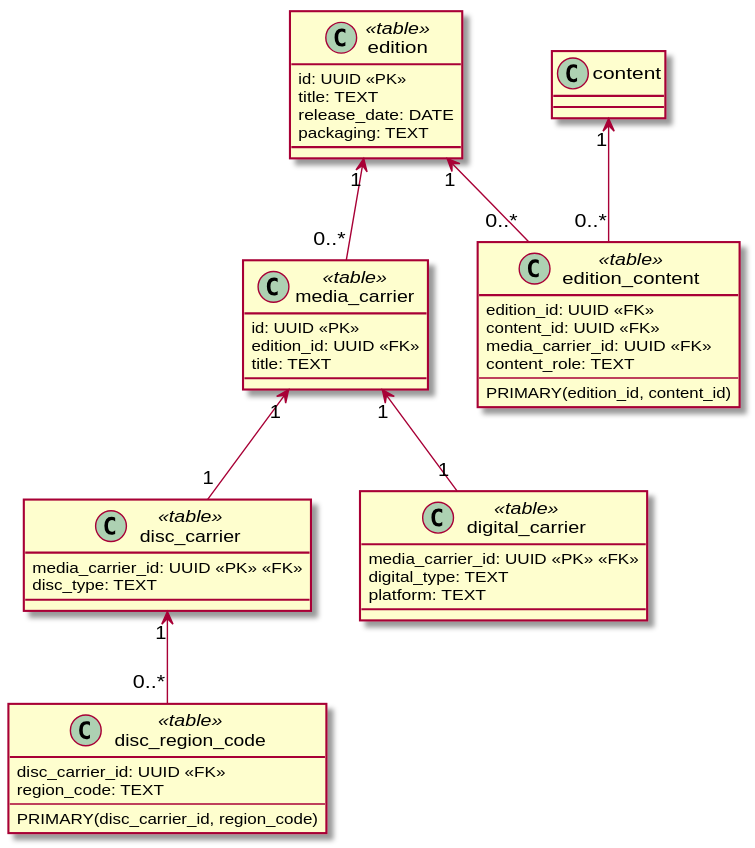
Before: docs/diagrams/data/edition.data.svg, a diagram exported from PlantUML (yantue/colleq).
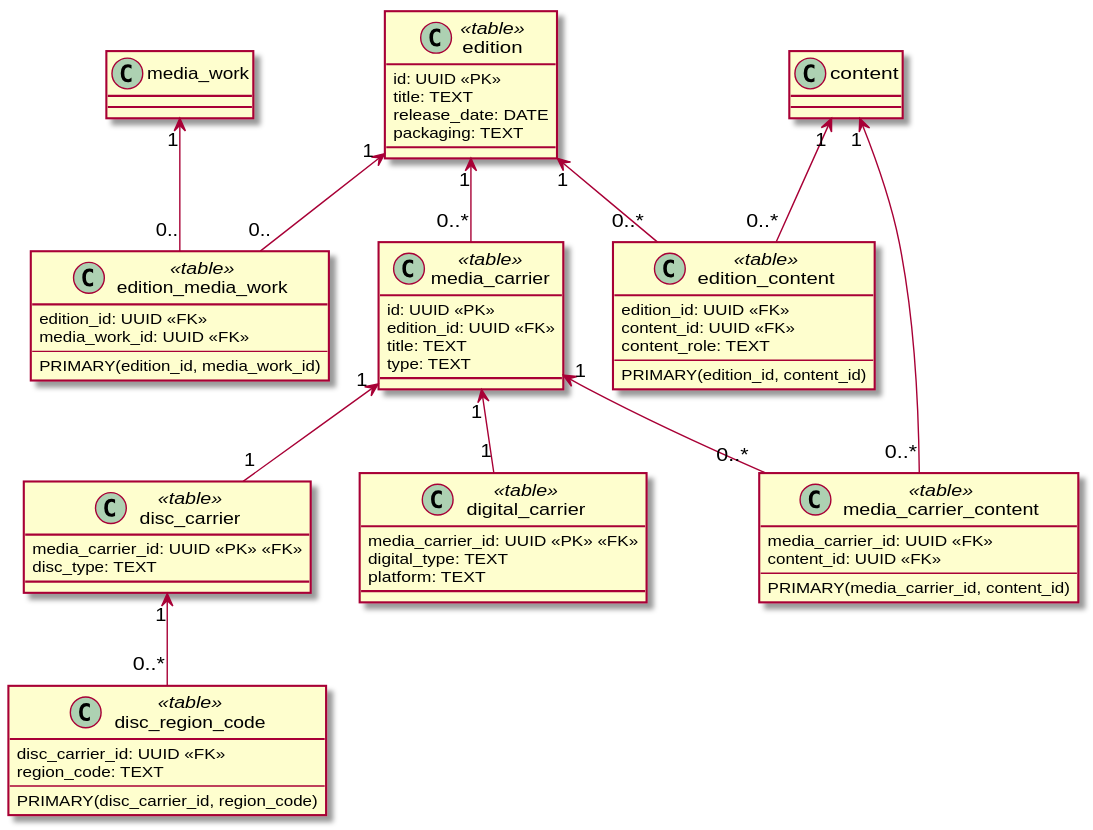
Above is the later version.

Diff of the diagram source:
```diff
@@ -8,10 +8,30 @@
     packaging: TEXT
 }
 
+class edition_media_work <<table>> {
+    edition_id: UUID <<FK>>
+    media_work_id: UUID <<FK>>
+    --
+    PRIMARY(edition_id, media_work_id)
+}
+
+edition "1" <-- "0.." edition_media_work
+
+class edition_content <<table>> {
+    edition_id: UUID <<FK>>
+    content_id: UUID <<FK>>
+    content_role: TEXT
+    --
+    PRIMARY(edition_id, content_id)
+}
+
+edition "1" <-- "0..*" edition_content
+
 class media_carrier <<table>> {
     id: UUID <<PK>>
     edition_id: UUID <<FK>>
     title: TEXT
+    type: TEXT
 }
 
 edition "1" <-- "0..*" media_carrier
@@ -40,17 +60,17 @@
 
 media_carrier "1" <-- "1" digital_carrier
 
-class edition_content <<table>> {
-    edition_id: UUID <<FK>>
+class media_carrier_content <<table>> {
+    media_carrier_id: UUID <<FK>>
     content_id: UUID <<FK>>
-    media_carrier_id: UUID <<FK>>
-    content_role: TEXT
     --
-    PRIMARY(edition_id, content_id)
+    PRIMARY(media_carrier_id, content_id)
 }
 
-edition "1" <-- "0..*" edition_content
+media_carrier "1" <-- "0..*" media_carrier_content
 
+media_work "1" <-- "0.." edition_media_work
 content "1" <-- "0..*" edition_content
+content "1" <-- "0..*" media_carrier_content
 
 @enduml
```
